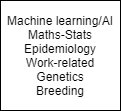
This is Flowchart.png from AlfredPgen/Flowchart, a draw.io export, as it was before one commit. Source tidied: cells renumbered, new cells last; positions are measured from the earlier drawing's top-left corner, leaving out a move shared by most shapes. Source of this version:
```xml
<mxGraphModel>
  <root>
    <mxCell id="0" />
    <mxCell id="1" parent="0" />
    <mxCell id="2" value="Machine learning/AI&lt;br&gt;Maths-Stats&lt;br&gt;Epidemiology&lt;br&gt;Work-related&lt;br&gt;Genetics&lt;br&gt;Breeding" style="rounded=0;whiteSpace=wrap;html=1;" parent="1" vertex="1">
      <mxGeometry width="120" height="110" as="geometry" />
    </mxCell>
  </root>
</mxGraphModel>
```
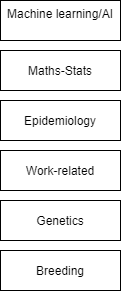
Later version of the same file.

What changed in the source:
```diff
@@ -2,8 +2,23 @@
   <root>
     <mxCell id="0" />
     <mxCell id="1" parent="0" />
-    <mxCell id="2" value="Machine learning/AI&lt;br&gt;Maths-Stats&lt;br&gt;Epidemiology&lt;br&gt;Work-related&lt;br&gt;Genetics&lt;br&gt;Breeding" style="rounded=0;whiteSpace=wrap;html=1;" parent="1" vertex="1">
-      <mxGeometry width="120" height="110" as="geometry" />
-    </mxCell>
+    <mxCell id="3" value="Machine learning/AI&lt;span style=&quot;white-space: pre&quot;&gt;&#9;&lt;/span&gt;" style="rounded=0;whiteSpace=wrap;html=1;" parent="1" vertex="1">
+      <mxGeometry y="-60" width="120" height="40" as="geometry" />
+    </mxCell>
+    <mxCell id="4" value="Breeding" style="rounded=0;whiteSpace=wrap;html=1;" parent="1" vertex="1">
+      <mxGeometry y="190" width="120" height="40" as="geometry" />
+    </mxCell>
+    <mxCell id="5" value="Genetics" style="rounded=0;whiteSpace=wrap;html=1;" parent="1" vertex="1">
+      <mxGeometry y="140" width="120" height="40" as="geometry" />
+    </mxCell>
+    <mxCell id="6" value="Maths-Stats" style="rounded=0;whiteSpace=wrap;html=1;" parent="1" vertex="1">
+      <mxGeometry y="-10" width="120" height="40" as="geometry" />
+    </mxCell>
+    <mxCell id="7" value="Epidemiology" style="rounded=0;whiteSpace=wrap;html=1;" parent="1" vertex="1">
+      <mxGeometry y="40" width="120" height="40" as="geometry" />
+    </mxCell>
+    <mxCell id="8" value="Work-related" style="rounded=0;whiteSpace=wrap;html=1;" parent="1" vertex="1">
+      <mxGeometry y="90" width="120" height="40" as="geometry" />
+    </mxCell>
   </root>
 </mxGraphModel>
```
